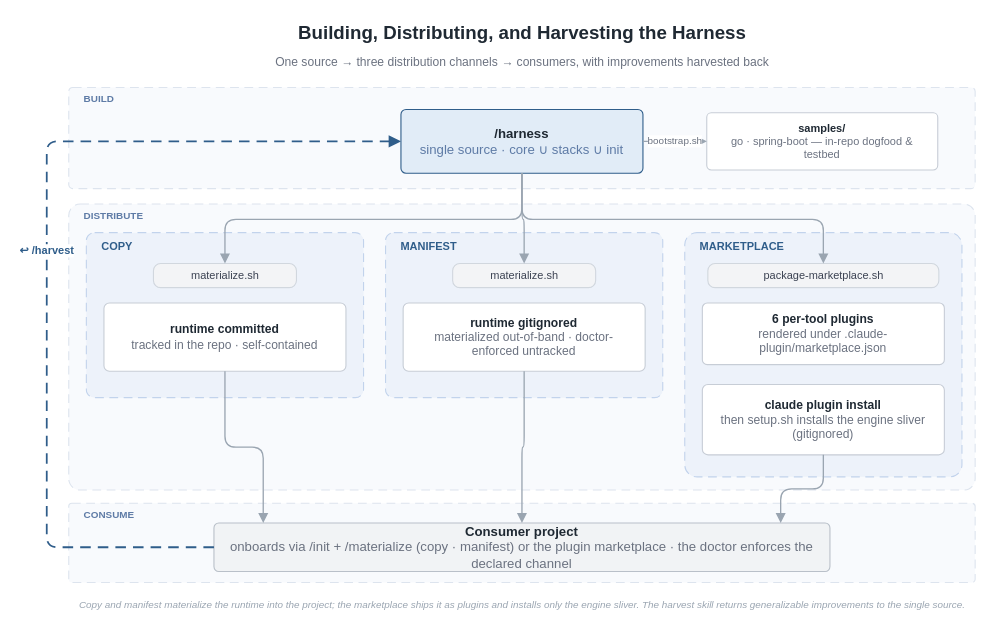
woditschka/agentic-coding-reference keeps this draw.io diagram as docs/images/harness-lifecycle.drawio. Above is the earlier version. Source tidied: cells renumbered, new cells numbered last; positions are measured from the earlier drawing's top-left corner, leaving out a move shared by most shapes. Both pictures are drawn from the tidied source at 110%, with x=0, y=0 at pixel (46, 19).
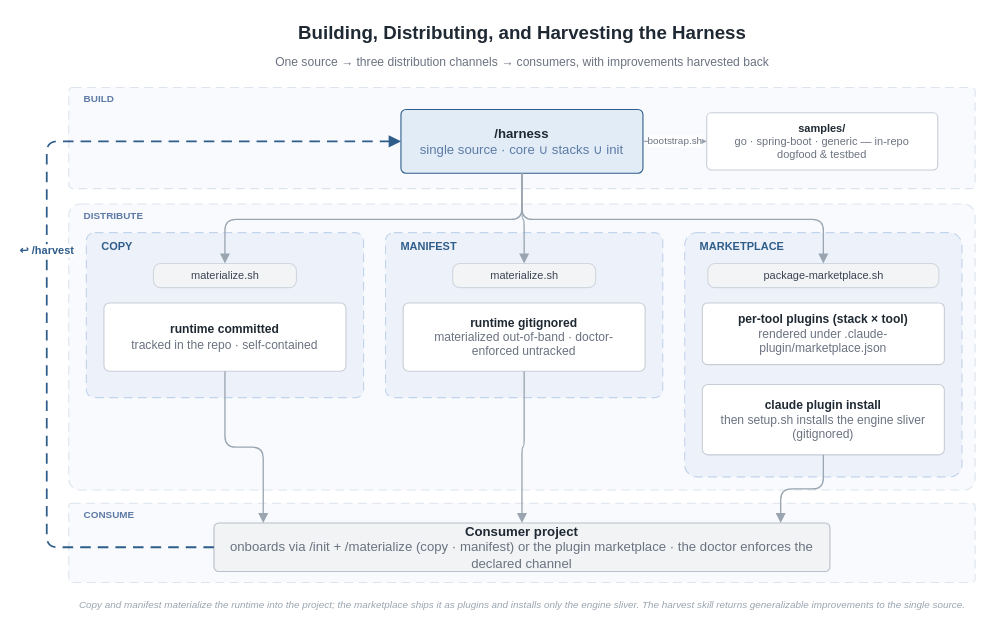
The same page after the edit.

What changed in the source:
```diff
@@
-    <mxCell id="11" value="&lt;b&gt;samples/&lt;/b&gt;&lt;br&gt;&lt;font color=&quot;#6B7280&quot;&gt;go · spring-boot — in-repo dogfood &amp;amp; testbed&lt;/font&gt;" style="rounded=1;arcSize=8;whiteSpace=wrap;html=1;fillColor=#FFFFFF;strokeColor=#C7CDD6;fontSize=10;fontColor=#1F2933;verticalAlign=middle;spacingLeft=8;spacingRight=8;" parent="1" vertex="1">
+    <mxCell id="11" value="&lt;b&gt;samples/&lt;/b&gt;&lt;br&gt;&lt;font color=&quot;#6B7280&quot;&gt;go · spring-boot · generic — in-repo dogfood &amp;amp; testbed&lt;/font&gt;" style="rounded=1;arcSize=8;whiteSpace=wrap;html=1;fillColor=#FFFFFF;strokeColor=#C7CDD6;fontSize=10;fontColor=#1F2933;verticalAlign=middle;spacingLeft=8;spacingRight=8;" parent="1" vertex="1">
       <mxGeometry x="600" y="85" width="210" height="52" as="geometry" />
     </mxCell>
@@
-    <mxCell id="17" value="&lt;b&gt;6 per-tool plugins&lt;/b&gt;&lt;br&gt;&lt;font color=&quot;#6B7280&quot;&gt;rendered under .claude-plugin/marketplace.json&lt;/font&gt;" style="rounded=1;arcSize=8;whiteSpace=wrap;html=1;fillColor=#FFFFFF;strokeColor=#C7CDD6;fontSize=11;fontColor=#1F2933;verticalAlign=middle;spacingLeft=8;spacingRight=8;" parent="1" vertex="1">
+    <mxCell id="17" value="&lt;b&gt;per-tool plugins (stack × tool)&lt;/b&gt;&lt;br&gt;&lt;font color=&quot;#6B7280&quot;&gt;rendered under .claude-plugin/marketplace.json&lt;/font&gt;" style="rounded=1;arcSize=8;whiteSpace=wrap;html=1;fillColor=#FFFFFF;strokeColor=#C7CDD6;fontSize=11;fontColor=#1F2933;verticalAlign=middle;spacingLeft=8;spacingRight=8;" parent="1" vertex="1">
       <mxGeometry x="596" y="258" width="220" height="56" as="geometry" />
     </mxCell>
```
